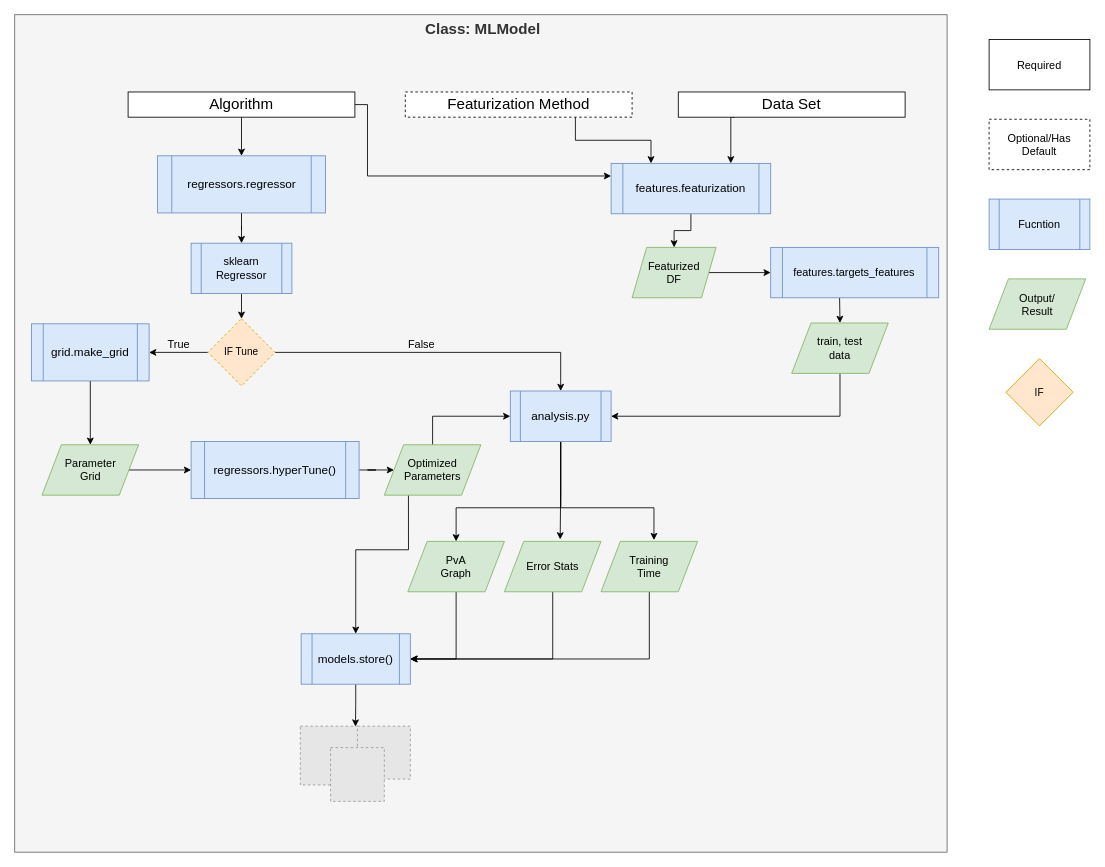
Dlux804/McQuade-Chem-ML keeps this draw.io diagram as page "Page-1" (1 of 2) of graphics/hte-models-overview.drawio. Above is the earlier version. Source tidied: cells renumbered, new cells numbered last; positions are measured from the earlier drawing's top-left corner, leaving out a move shared by most shapes. Both pictures are drawn from the tidied source at 84%, with x=0, y=0 at pixel (14, 14). Pictures stored in the file or linked from it are replaced by grey dashed boxes.
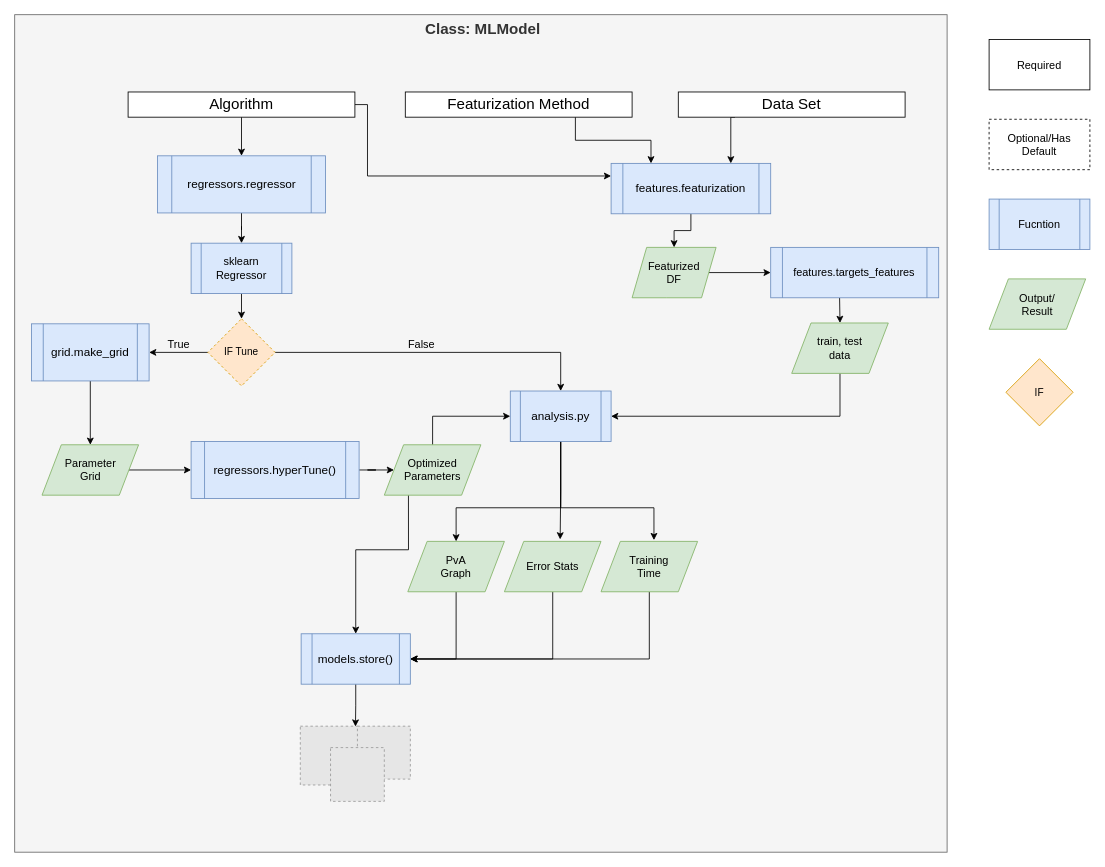
After the change.

The edit, as a diff of the source:
```diff
@@
-    <mxCell id="9" value="Featurization Method" style="rounded=0;whiteSpace=wrap;html=1;fontSize=18;dashed=1;" parent="1" vertex="1">
+    <mxCell id="9" value="Featurization Method" style="rounded=0;whiteSpace=wrap;html=1;fontSize=18;" parent="1" vertex="1">
       <mxGeometry x="465" y="92" width="270" height="30" as="geometry" />
     </mxCell>
```
